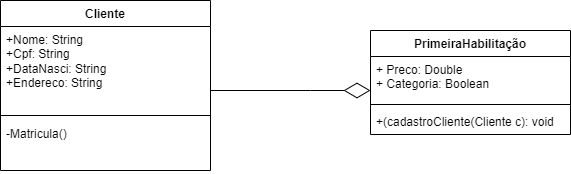
This is UC'S MATERIAIS/PI/ATIVIDADE PI - PART 2/PI.drawio.png from HumbertoJ-r/Senac, a draw.io export, as it was before one commit. Source tidied: cells renumbered, new cells last; positions are measured from the earlier drawing's top-left corner, leaving out a move shared by most shapes. Its diagram source:
```xml
<mxGraphModel background="#FFFFFF">
  <root>
    <mxCell id="0" />
    <mxCell id="1" parent="0" />
    <mxCell id="2" value="PrimeiraHabilitação" style="swimlane;fontStyle=1;align=center;verticalAlign=top;horizontal=1;startSize=26;whiteSpace=wrap;html=1;" parent="1" vertex="1">
      <mxGeometry x="370" y="30" width="200" height="104" as="geometry" />
    </mxCell>
    <mxCell id="3" value="+ Preco: Double&lt;br&gt;+ Categoria: Boolean&amp;nbsp;" style="text;strokeColor=none;fillColor=none;align=left;verticalAlign=top;spacingLeft=4;spacingRight=4;overflow=hidden;whiteSpace=wrap;html=1;" parent="2" vertex="1">
      <mxGeometry y="26" width="200" height="44" as="geometry" />
    </mxCell>
    <mxCell id="4" style="line;strokeWidth=1;fillColor=none;align=left;verticalAlign=middle;spacingTop=-1;spacingLeft=3;spacingRight=3;labelPosition=right;strokeColor=inherit;" parent="2" vertex="1">
      <mxGeometry y="70" width="200" height="8" as="geometry" />
    </mxCell>
    <mxCell id="5" value="+(cadastroCliente(Cliente c): void" style="text;strokeColor=none;fillColor=none;align=left;verticalAlign=top;spacingLeft=4;spacingRight=4;overflow=hidden;whiteSpace=wrap;html=1;" parent="2" vertex="1">
      <mxGeometry y="78" width="200" height="26" as="geometry" />
    </mxCell>
    <mxCell id="6" value="Cliente" style="swimlane;fontStyle=1;align=center;verticalAlign=top;horizontal=1;startSize=26;whiteSpace=wrap;html=1;" parent="1" vertex="1">
      <mxGeometry width="210" height="170" as="geometry" />
    </mxCell>
    <mxCell id="7" value="+Nome: String&lt;br&gt;+Cpf: String&lt;br&gt;+DataNasci: String&lt;br&gt;+Endereco: String&lt;br&gt;" style="text;strokeColor=none;fillColor=none;align=left;verticalAlign=top;spacingLeft=4;spacingRight=4;overflow=hidden;whiteSpace=wrap;html=1;" parent="6" vertex="1">
      <mxGeometry y="26" width="210" height="84" as="geometry" />
    </mxCell>
    <mxCell id="8" style="line;strokeWidth=1;fillColor=none;align=left;verticalAlign=middle;spacingTop=-1;spacingLeft=3;spacingRight=3;labelPosition=right;strokeColor=inherit;" parent="6" vertex="1">
      <mxGeometry y="110" width="210" height="10" as="geometry" />
    </mxCell>
    <mxCell id="9" value="-Matricula()&lt;br&gt;&lt;br&gt;" style="text;strokeColor=none;fillColor=none;align=left;verticalAlign=top;spacingLeft=4;spacingRight=4;overflow=hidden;points=[[0,0.5],[1,0.5]];portConstraint=eastwest;whiteSpace=wrap;html=1;" parent="6" vertex="1">
      <mxGeometry y="120" width="210" height="50" as="geometry" />
    </mxCell>
    <mxCell id="10" style="endArrow=diamondThin;endFill=0;endSize=24;html=1;rounded=0;" parent="1" edge="1">
      <mxGeometry relative="1" as="geometry">
        <mxPoint x="210" y="90" as="sourcePoint" />
        <mxPoint x="370" y="90" as="targetPoint" />
        <Array as="points">
          <mxPoint x="310" y="90" />
        </Array>
      </mxGeometry>
    </mxCell>
  </root>
</mxGraphModel>
```
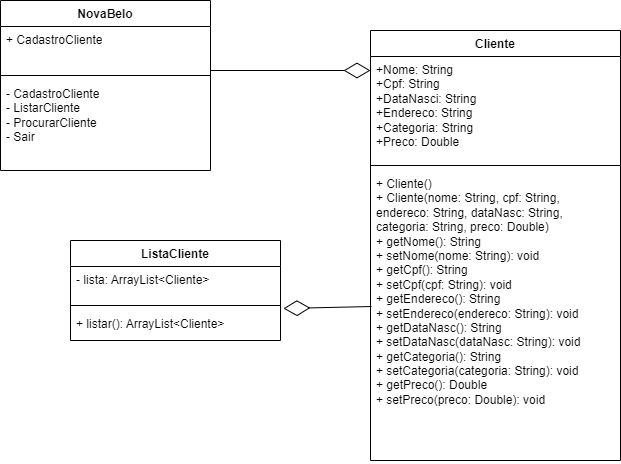
The same diagram one commit later.

Change to the diagram source:
```diff
@@ -2,38 +2,50 @@
   <root>
     <mxCell id="0" />
     <mxCell id="1" parent="0" />
-    <mxCell id="2" value="PrimeiraHabilitação" style="swimlane;fontStyle=1;align=center;verticalAlign=top;horizontal=1;startSize=26;whiteSpace=wrap;html=1;" parent="1" vertex="1">
-      <mxGeometry x="370" y="30" width="200" height="104" as="geometry" />
-    </mxCell>
-    <mxCell id="3" value="+ Preco: Double&lt;br&gt;+ Categoria: Boolean&amp;nbsp;" style="text;strokeColor=none;fillColor=none;align=left;verticalAlign=top;spacingLeft=4;spacingRight=4;overflow=hidden;whiteSpace=wrap;html=1;" parent="2" vertex="1">
-      <mxGeometry y="26" width="200" height="44" as="geometry" />
-    </mxCell>
-    <mxCell id="4" style="line;strokeWidth=1;fillColor=none;align=left;verticalAlign=middle;spacingTop=-1;spacingLeft=3;spacingRight=3;labelPosition=right;strokeColor=inherit;" parent="2" vertex="1">
-      <mxGeometry y="70" width="200" height="8" as="geometry" />
-    </mxCell>
-    <mxCell id="5" value="+(cadastroCliente(Cliente c): void" style="text;strokeColor=none;fillColor=none;align=left;verticalAlign=top;spacingLeft=4;spacingRight=4;overflow=hidden;whiteSpace=wrap;html=1;" parent="2" vertex="1">
-      <mxGeometry y="78" width="200" height="26" as="geometry" />
-    </mxCell>
     <mxCell id="6" value="Cliente" style="swimlane;fontStyle=1;align=center;verticalAlign=top;horizontal=1;startSize=26;whiteSpace=wrap;html=1;" parent="1" vertex="1">
-      <mxGeometry width="210" height="170" as="geometry" />
+      <mxGeometry width="250" height="430" as="geometry" />
     </mxCell>
-    <mxCell id="7" value="+Nome: String&lt;br&gt;+Cpf: String&lt;br&gt;+DataNasci: String&lt;br&gt;+Endereco: String&lt;br&gt;" style="text;strokeColor=none;fillColor=none;align=left;verticalAlign=top;spacingLeft=4;spacingRight=4;overflow=hidden;whiteSpace=wrap;html=1;" parent="6" vertex="1">
-      <mxGeometry y="26" width="210" height="84" as="geometry" />
+    <mxCell id="7" value="+Nome: String&lt;br&gt;+Cpf: String&lt;br&gt;+DataNasci: String&lt;br&gt;+Endereco: String&lt;br&gt;+Categoria: String&lt;br&gt;+Preco: Double&lt;div&gt;&lt;br/&gt;&lt;/div&gt;" style="text;strokeColor=none;fillColor=none;align=left;verticalAlign=top;spacingLeft=4;spacingRight=4;overflow=hidden;whiteSpace=wrap;html=1;" parent="6" vertex="1">
+      <mxGeometry y="26" width="250" height="104" as="geometry" />
     </mxCell>
     <mxCell id="8" style="line;strokeWidth=1;fillColor=none;align=left;verticalAlign=middle;spacingTop=-1;spacingLeft=3;spacingRight=3;labelPosition=right;strokeColor=inherit;" parent="6" vertex="1">
-      <mxGeometry y="110" width="210" height="10" as="geometry" />
+      <mxGeometry y="130" width="250" height="10" as="geometry" />
     </mxCell>
-    <mxCell id="9" value="-Matricula()&lt;br&gt;&lt;br&gt;" style="text;strokeColor=none;fillColor=none;align=left;verticalAlign=top;spacingLeft=4;spacingRight=4;overflow=hidden;points=[[0,0.5],[1,0.5]];portConstraint=eastwest;whiteSpace=wrap;html=1;" parent="6" vertex="1">
-      <mxGeometry y="120" width="210" height="50" as="geometry" />
+    <mxCell id="9" value="&lt;div&gt;+ Cliente()&amp;nbsp; &amp;nbsp; &amp;nbsp; &amp;nbsp; &amp;nbsp; &amp;nbsp; &amp;nbsp; &amp;nbsp; &amp;nbsp; &amp;nbsp;&amp;nbsp;&lt;/div&gt;&lt;div&gt;+ Cliente(nome: String, cpf: String, endereco: String, dataNasc: String, categoria: String, preco: Double)&amp;nbsp;&lt;/div&gt;&lt;div&gt;+ getNome(): String&amp;nbsp; &amp;nbsp; &amp;nbsp; &amp;nbsp;&amp;nbsp;&lt;/div&gt;&lt;div&gt;+ setNome(nome: String): void&lt;/div&gt;&lt;div&gt;+ getCpf(): String&amp;nbsp; &amp;nbsp; &amp;nbsp; &amp;nbsp; &amp;nbsp; &amp;nbsp;&lt;/div&gt;&lt;div&gt;+ setCpf(cpf: String): void&amp;nbsp;&lt;/div&gt;&lt;div&gt;+ getEndereco(): String&amp;nbsp; &amp;nbsp;&lt;/div&gt;&lt;div&gt;+ setEndereco(endereco: String): void&amp;nbsp;&lt;/div&gt;&lt;div&gt;+ getDataNasc(): String&amp;nbsp; &amp;nbsp;&lt;/div&gt;&lt;div&gt;+ setDataNasc(dataNasc: String): void&amp;nbsp;&lt;/div&gt;&lt;div&gt;+ getCategoria(): String&amp;nbsp;&amp;nbsp;&lt;/div&gt;&lt;div&gt;+ setCategoria(categoria: String): void&amp;nbsp;&lt;/div&gt;&lt;div&gt;+ getPreco(): Double&amp;nbsp; &amp;nbsp; &amp;nbsp; &amp;nbsp;&lt;/div&gt;&lt;div&gt;+ setPreco(preco: Double): void&amp;nbsp;&lt;/div&gt;" style="text;strokeColor=none;fillColor=none;align=left;verticalAlign=top;spacingLeft=4;spacingRight=4;overflow=hidden;points=[[0,0.5],[1,0.5]];portConstraint=eastwest;whiteSpace=wrap;html=1;" parent="6" vertex="1">
+      <mxGeometry y="140" width="250" height="290" as="geometry" />
     </mxCell>
-    <mxCell id="10" style="endArrow=diamondThin;endFill=0;endSize=24;html=1;rounded=0;" parent="1" edge="1">
-      <mxGeometry relative="1" as="geometry">
-        <mxPoint x="210" y="90" as="sourcePoint" />
-        <mxPoint x="370" y="90" as="targetPoint" />
-        <Array as="points">
-          <mxPoint x="310" y="90" />
-        </Array>
-      </mxGeometry>
-    </mxCell>
+    <mxCell id="11" value="NovaBelo" style="swimlane;fontStyle=1;align=center;verticalAlign=top;horizontal=1;startSize=26;whiteSpace=wrap;html=1;" parent="1" vertex="1">
+      <mxGeometry x="-370" y="-30" width="210" height="170" as="geometry" />
+    </mxCell>
+    <mxCell id="12" value="+ CadastroCliente" style="text;strokeColor=none;fillColor=none;align=left;verticalAlign=top;spacingLeft=4;spacingRight=4;overflow=hidden;whiteSpace=wrap;html=1;" parent="11" vertex="1">
+      <mxGeometry y="26" width="210" height="44" as="geometry" />
+    </mxCell>
+    <mxCell id="13" style="line;strokeWidth=1;fillColor=none;align=left;verticalAlign=middle;spacingTop=-1;spacingLeft=3;spacingRight=3;labelPosition=right;strokeColor=inherit;" parent="11" vertex="1">
+      <mxGeometry y="70" width="210" height="10" as="geometry" />
+    </mxCell>
+    <mxCell id="14" value="- CadastroCliente&lt;br&gt;- ListarCliente&lt;br&gt;- ProcurarCliente&lt;br&gt;- Sair&lt;br&gt;&lt;br&gt;&lt;div&gt;&lt;br&gt;&lt;/div&gt;" style="text;strokeColor=none;fillColor=none;align=left;verticalAlign=top;spacingLeft=4;spacingRight=4;overflow=hidden;whiteSpace=wrap;html=1;" parent="11" vertex="1">
+      <mxGeometry y="80" width="210" height="90" as="geometry" />
+    </mxCell>
+    <mxCell id="15" value="ListaCliente" style="swimlane;fontStyle=1;align=center;verticalAlign=top;horizontal=1;startSize=26;whiteSpace=wrap;html=1;" parent="1" vertex="1">
+      <mxGeometry x="-300" y="210" width="210" height="100" as="geometry" />
+    </mxCell>
+    <mxCell id="16" value="- lista: ArrayList&amp;lt;Cliente&amp;gt;" style="text;strokeColor=none;fillColor=none;align=left;verticalAlign=top;spacingLeft=4;spacingRight=4;overflow=hidden;whiteSpace=wrap;html=1;" parent="15" vertex="1">
+      <mxGeometry y="26" width="210" height="34" as="geometry" />
+    </mxCell>
+    <mxCell id="17" style="line;strokeWidth=1;fillColor=none;align=left;verticalAlign=middle;spacingTop=-1;spacingLeft=3;spacingRight=3;labelPosition=right;strokeColor=inherit;" parent="15" vertex="1">
+      <mxGeometry y="60" width="210" height="10" as="geometry" />
+    </mxCell>
+    <mxCell id="18" value="+ listar(): ArrayList&amp;lt;Cliente&amp;gt;" style="text;strokeColor=none;fillColor=none;align=left;verticalAlign=top;spacingLeft=4;spacingRight=4;overflow=hidden;points=[[0,0.5],[1,0.5]];portConstraint=eastwest;whiteSpace=wrap;html=1;" parent="15" vertex="1">
+      <mxGeometry y="70" width="210" height="30" as="geometry" />
+    </mxCell>
+    <mxCell id="19" style="endArrow=diamondThin;endFill=0;endSize=24;html=1;rounded=0;" parent="1" edge="1">
+      <mxGeometry relative="1" as="geometry">
+        <mxPoint x="-160" y="40" as="sourcePoint" />
+        <mxPoint y="40" as="targetPoint" />
+      </mxGeometry>
+    </mxCell>
+    <mxCell id="20" style="endArrow=diamondThin;endFill=0;endSize=24;html=1;rounded=0;entryX=1.014;entryY=-0.067;entryDx=0;entryDy=0;entryPerimeter=0;exitX=0.004;exitY=0.469;exitDx=0;exitDy=0;exitPerimeter=0;" parent="1" edge="1" source="9" target="18">
+      <mxGeometry relative="1" as="geometry" />
+    </mxCell>
   </root>
 </mxGraphModel>
```
